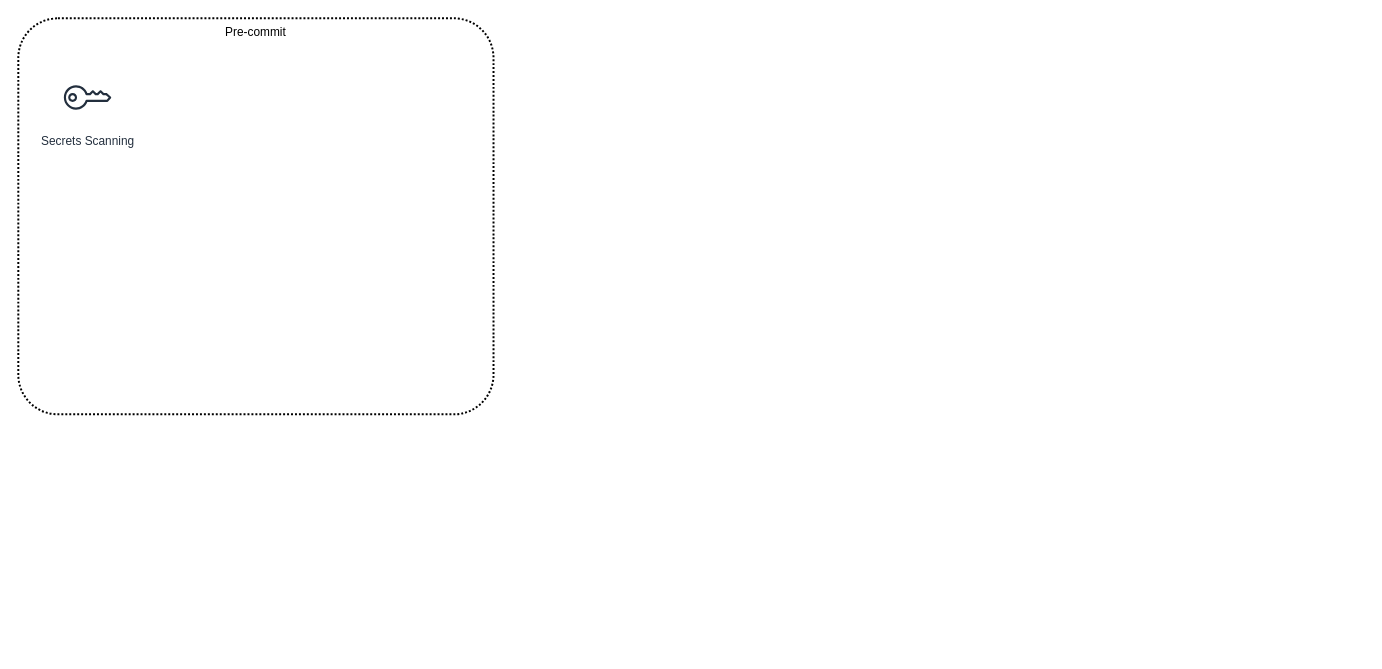
Earlier version of the draw.io diagram DevSecOps_OpenSource_Toolchain.drawio (massilp/Enterprise-Architect). Source tidied: cells renumbered, new cells numbered last; positions are measured from the earlier drawing's top-left corner, leaving out a move shared by most shapes. Both pictures are drawn from the tidied source at 99%, with x=0, y=0 at pixel (18, 18). Pictures stored in the file or linked from it are replaced by grey dashed boxes.
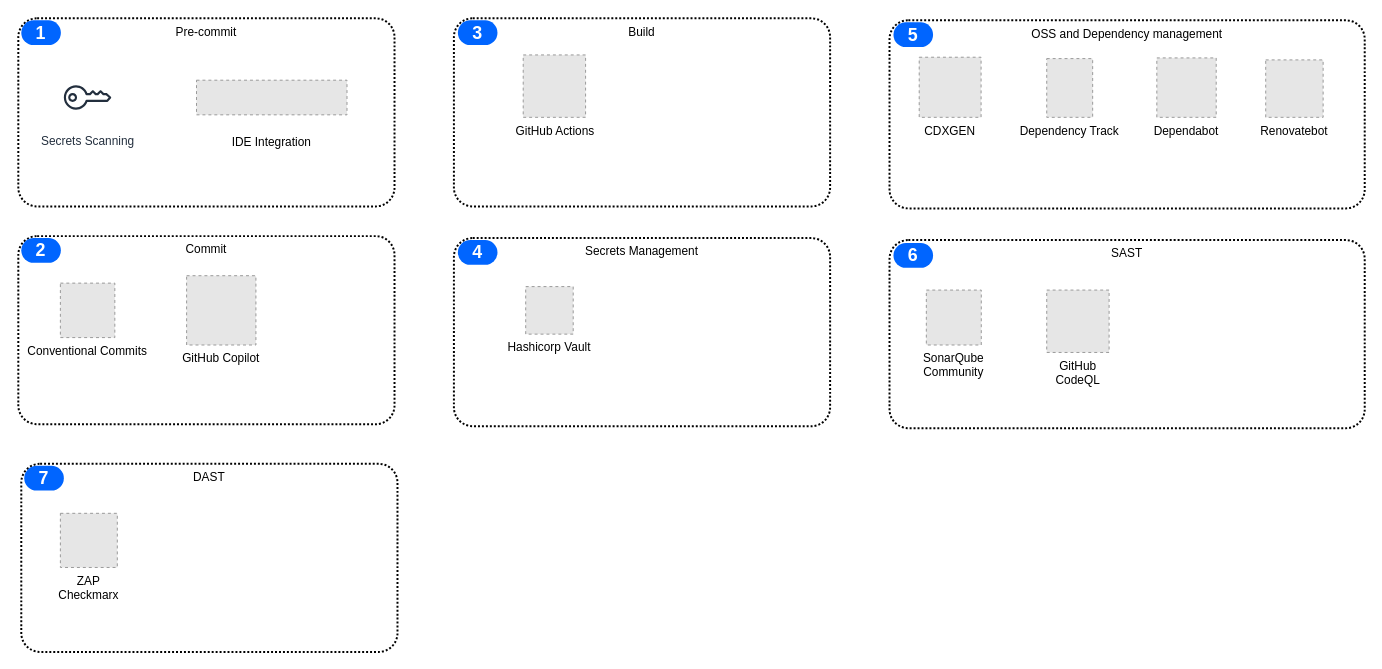
Above is the later version.

Diff of the diagram source:
```diff
@@
     <mxCell id="2" value="Pre-commit" style="rounded=1;arcSize=10;dashed=1;fillColor=none;gradientColor=none;dashPattern=1 1;strokeWidth=2;verticalAlign=top;" parent="1" vertex="1">
-      <mxGeometry width="480" height="400" as="geometry" />
+      <mxGeometry width="380" height="190" as="geometry" />
     </mxCell>
@@
+    <mxCell id="4" value="IDE Integration" style="fillColor=#E6E6E6;strokeColor=#999999;dashed=1;verticalLabelPosition=bottom;labelBackgroundColor=default;verticalAlign=top;spacingTop=14;" parent="1" vertex="1">
+      <mxGeometry x="180" y="62.5" width="152" height="35" as="geometry" />
+    </mxCell>
+    <mxCell id="5" value="Commit" style="rounded=1;arcSize=10;dashed=1;fillColor=none;gradientColor=none;dashPattern=1 1;strokeWidth=2;verticalAlign=top;" parent="1" vertex="1">
+      <mxGeometry y="220" width="380" height="190" as="geometry" />
+    </mxCell>
+    <mxCell id="6" value="Conventional Commits" style="fillColor=#E6E6E6;strokeColor=#999999;dashed=1;verticalLabelPosition=bottom;labelBackgroundColor=default;verticalAlign=top;" parent="1" vertex="1">
+      <mxGeometry x="42.5" y="267.5" width="55" height="55" as="geometry" />
+    </mxCell>
+    <mxCell id="7" value="1" style="rounded=1;fillColor=#0065FF;strokeColor=none;html=1;fontColor=#ffffff;align=center;verticalAlign=middle;whiteSpace=wrap;fontSize=18;fontStyle=1;arcSize=50;sketch=0;" parent="1" vertex="1">
+      <mxGeometry x="3" y="2" width="40" height="25" as="geometry" />
+    </mxCell>
+    <mxCell id="8" value="2" style="rounded=1;fillColor=#0065FF;strokeColor=none;html=1;fontColor=#ffffff;align=center;verticalAlign=middle;whiteSpace=wrap;fontSize=18;fontStyle=1;arcSize=50;sketch=0;" parent="1" vertex="1">
+      <mxGeometry x="3" y="222" width="40" height="25" as="geometry" />
+    </mxCell>
+    <mxCell id="9" value="GitHub Copilot" style="fillColor=#E6E6E6;strokeColor=#999999;dashed=1;verticalLabelPosition=bottom;labelBackgroundColor=default;verticalAlign=top;" parent="1" vertex="1">
+      <mxGeometry x="170" y="260" width="70" height="70" as="geometry" />
+    </mxCell>
+    <mxCell id="10" value="Build" style="rounded=1;arcSize=10;dashed=1;fillColor=none;gradientColor=none;dashPattern=1 1;strokeWidth=2;verticalAlign=top;" parent="1" vertex="1">
+      <mxGeometry x="440" width="380" height="190" as="geometry" />
+    </mxCell>
+    <mxCell id="11" value="GitHub Actions" style="fillColor=#E6E6E6;strokeColor=#999999;dashed=1;html=1;verticalAlign=top;verticalLabelPosition=bottom;labelBackgroundColor=#ffffff;" parent="1" vertex="1">
+      <mxGeometry x="510" y="37" width="63" height="63" as="geometry" />
+    </mxCell>
+    <mxCell id="12" value="3" style="rounded=1;fillColor=#0065FF;strokeColor=none;html=1;fontColor=#ffffff;align=center;verticalAlign=middle;whiteSpace=wrap;fontSize=18;fontStyle=1;arcSize=50;sketch=0;" parent="1" vertex="1">
+      <mxGeometry x="444" y="2" width="40" height="25" as="geometry" />
+    </mxCell>
+    <mxCell id="13" value="Secrets Management" style="rounded=1;arcSize=10;dashed=1;fillColor=none;gradientColor=none;dashPattern=1 1;strokeWidth=2;verticalAlign=top;" parent="1" vertex="1">
+      <mxGeometry x="440" y="222" width="380" height="190" as="geometry" />
+    </mxCell>
+    <mxCell id="14" value="4" style="rounded=1;fillColor=#0065FF;strokeColor=none;html=1;fontColor=#ffffff;align=center;verticalAlign=middle;whiteSpace=wrap;fontSize=18;fontStyle=1;arcSize=50;sketch=0;" parent="1" vertex="1">
+      <mxGeometry x="444" y="224" width="40" height="25" as="geometry" />
+    </mxCell>
+    <mxCell id="15" value="Hashicorp Vault" style="fillColor=#E6E6E6;strokeColor=#999999;dashed=1;verticalLabelPosition=bottom;labelBackgroundColor=default;verticalAlign=top;" parent="1" vertex="1">
+      <mxGeometry x="512.5" y="271" width="48" height="48" as="geometry" />
+    </mxCell>
+    <mxCell id="16" value="OSS and Dependency management" style="rounded=1;arcSize=10;dashed=1;fillColor=none;gradientColor=none;dashPattern=1 1;strokeWidth=2;verticalAlign=top;" parent="1" vertex="1">
+      <mxGeometry x="880" y="2" width="480" height="190" as="geometry" />
+    </mxCell>
+    <mxCell id="17" value="5" style="rounded=1;fillColor=#0065FF;strokeColor=none;html=1;fontColor=#ffffff;align=center;verticalAlign=middle;whiteSpace=wrap;fontSize=18;fontStyle=1;arcSize=50;sketch=0;" parent="1" vertex="1">
+      <mxGeometry x="884" y="4" width="40" height="25" as="geometry" />
+    </mxCell>
+    <mxCell id="18" value="CDXGEN" style="fillColor=#E6E6E6;strokeColor=#999999;dashed=1;verticalLabelPosition=bottom;labelBackgroundColor=default;verticalAlign=top;" parent="1" vertex="1">
+      <mxGeometry x="910" y="39.3" width="62.5" height="60.7" as="geometry" />
+    </mxCell>
+    <mxCell id="19" value="Dependency Track" style="fillColor=#E6E6E6;strokeColor=#999999;dashed=1;verticalLabelPosition=bottom;labelBackgroundColor=default;verticalAlign=top;" parent="1" vertex="1">
+      <mxGeometry x="1038.8" y="40.7" width="46.4" height="59.3" as="geometry" />
+    </mxCell>
+    <mxCell id="20" value="Dependabot" style="fillColor=#E6E6E6;strokeColor=#999999;dashed=1;verticalLabelPosition=bottom;labelBackgroundColor=default;verticalAlign=top;" parent="1" vertex="1">
+      <mxGeometry x="1150" y="40" width="60" height="60" as="geometry" />
+    </mxCell>
+    <mxCell id="21" value="Renovatebot" style="fillColor=#E6E6E6;strokeColor=#999999;dashed=1;verticalLabelPosition=bottom;labelBackgroundColor=default;verticalAlign=top;" parent="1" vertex="1">
+      <mxGeometry x="1260" y="42" width="58" height="58" as="geometry" />
+    </mxCell>
+    <mxCell id="22" value="SAST" style="rounded=1;arcSize=10;dashed=1;fillColor=none;gradientColor=none;dashPattern=1 1;strokeWidth=2;verticalAlign=top;" parent="1" vertex="1">
+      <mxGeometry x="880" y="224" width="480" height="190" as="geometry" />
+    </mxCell>
+    <mxCell id="23" value="SonarQube&#10;Community" style="fillColor=#E6E6E6;strokeColor=#999999;dashed=1;verticalLabelPosition=bottom;labelBackgroundColor=default;verticalAlign=top;" parent="1" vertex="1">
+      <mxGeometry x="917.2" y="274.5" width="55.5" height="55.5" as="geometry" />
+    </mxCell>
+    <mxCell id="24" value="DAST" style="rounded=1;arcSize=10;dashed=1;fillColor=none;gradientColor=none;dashPattern=1 1;strokeWidth=2;verticalAlign=top;" parent="1" vertex="1">
+      <mxGeometry x="3" y="450" width="380" height="190" as="geometry" />
+    </mxCell>
+    <mxCell id="25" value="ZAP&#10;Checkmarx" style="fillColor=#E6E6E6;strokeColor=#999999;dashed=1;verticalLabelPosition=bottom;labelBackgroundColor=default;verticalAlign=top;" parent="1" vertex="1">
+      <mxGeometry x="42.5" y="500" width="57.5" height="54.7" as="geometry" />
+    </mxCell>
+    <mxCell id="26" value="6" style="rounded=1;fillColor=#0065FF;strokeColor=none;html=1;fontColor=#ffffff;align=center;verticalAlign=middle;whiteSpace=wrap;fontSize=18;fontStyle=1;arcSize=50;sketch=0;" parent="1" vertex="1">
+      <mxGeometry x="884" y="227" width="40" height="25" as="geometry" />
+    </mxCell>
+    <mxCell id="27" value="7" style="rounded=1;fillColor=#0065FF;strokeColor=none;html=1;fontColor=#ffffff;align=center;verticalAlign=middle;whiteSpace=wrap;fontSize=18;fontStyle=1;arcSize=50;sketch=0;" parent="1" vertex="1">
+      <mxGeometry x="6" y="452" width="40" height="25" as="geometry" />
+    </mxCell>
+    <mxCell id="28" value="GitHub&lt;div&gt;CodeQL&lt;/div&gt;" style="fillColor=#E6E6E6;strokeColor=#999999;dashed=1;html=1;verticalAlign=top;verticalLabelPosition=bottom;labelBackgroundColor=#ffffff;" parent="1" vertex="1">
+      <mxGeometry x="1038.8" y="274.5" width="63" height="63" as="geometry" />
+    </mxCell>
```
